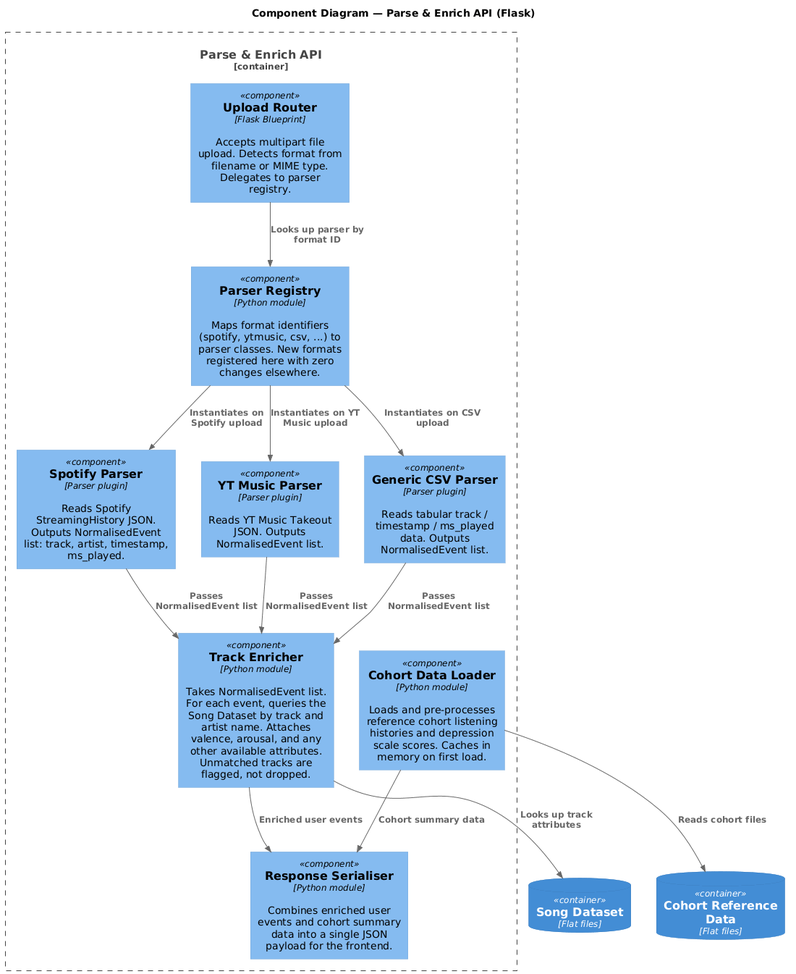
Before: documentation/C4/Component Diagram - Parse and Enrich API.png, a diagram exported from PlantUML (KJsquare9/Listening-History-App).
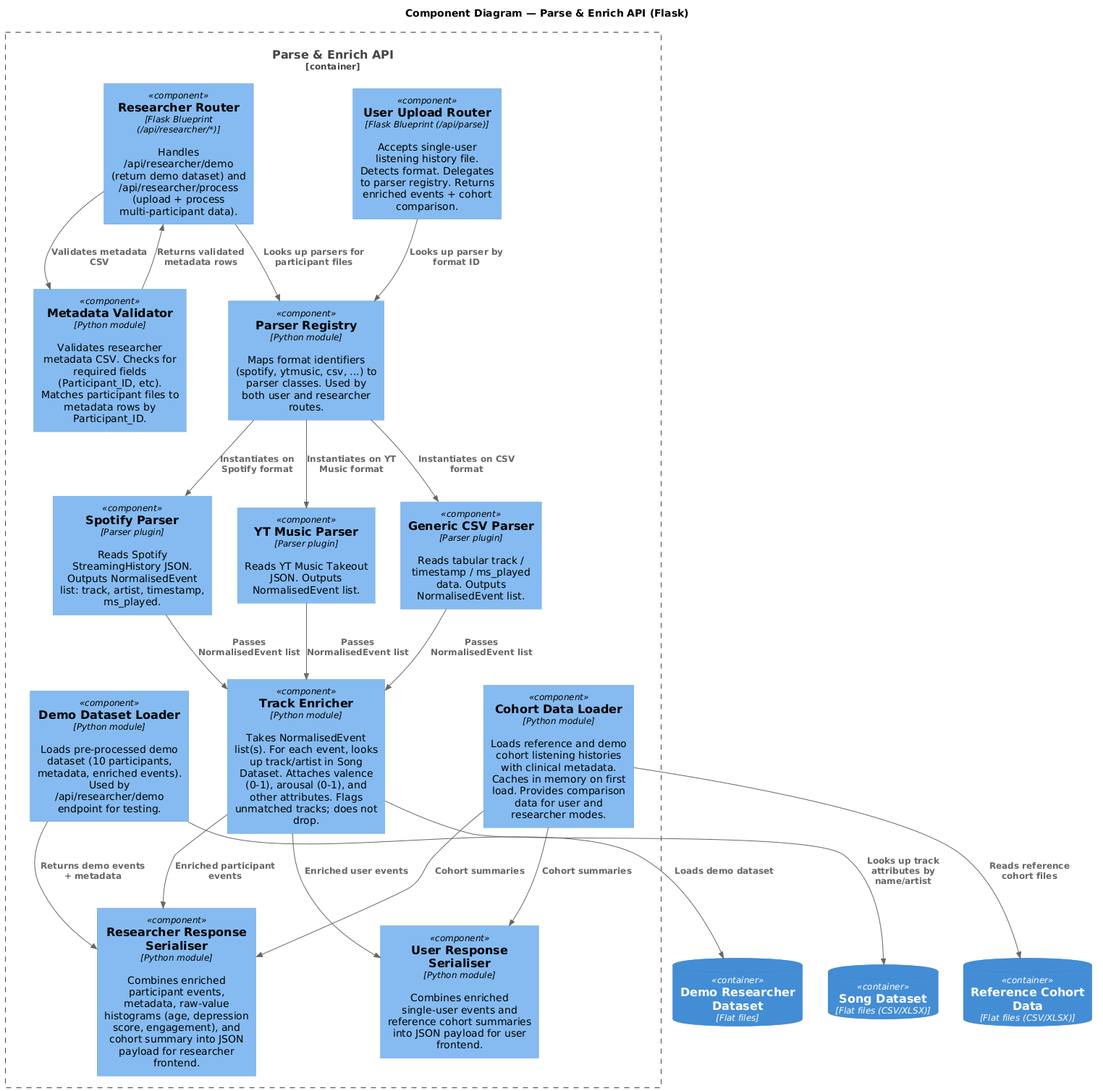
The same diagram one commit later.

The edit, as a diff of the source:
```diff
@@ -5,9 +5,13 @@
 
 Container_Boundary(api, "Parse & Enrich API") {
 
-    Component(router, "Upload Router", "Flask Blueprint", "Accepts multipart file upload. Detects format from filename or MIME type. Delegates to parser registry.")
+    Component(user_router, "User Upload Router", "Flask Blueprint (/api/parse)", "Accepts single-user listening history file. Detects format. Delegates to parser registry. Returns enriched events + cohort comparison.")
 
-    Component(registry, "Parser Registry", "Python module", "Maps format identifiers (spotify, ytmusic, csv, ...) to parser classes. New formats registered here with zero changes elsewhere.")
+    Component(researcher_router, "Researcher Router", "Flask Blueprint (/api/researcher/*)", "Handles /api/researcher/demo (return demo dataset) and /api/researcher/process (upload + process multi-participant data).")
+
+    Component(metadata_validator, "Metadata Validator", "Python module", "Validates researcher metadata CSV. Checks for required fields (Participant_ID, etc). Matches participant files to metadata rows by Participant_ID.")
+
+    Component(registry, "Parser Registry", "Python module", "Maps format identifiers (spotify, ytmusic, csv, ...) to parser classes. Used by both user and researcher routes.")
 
     Component(spotify_parser, "Spotify Parser", "Parser plugin", "Reads Spotify StreamingHistory JSON. Outputs NormalisedEvent list: track, artist, timestamp, ms_played.")
 
@@ -15,25 +19,42 @@
 
     Component(csv_parser, "Generic CSV Parser", "Parser plugin", "Reads tabular track / timestamp / ms_played data. Outputs NormalisedEvent list.")
 
-    Component(enricher, "Track Enricher", "Python module", "Takes NormalisedEvent list. For each event, queries the Song Dataset by track and artist name. Attaches valence, arousal, and any other available attributes. Unmatched tracks are flagged, not dropped.")
+    Component(enricher, "Track Enricher", "Python module", "Takes NormalisedEvent list(s). For each event, looks up track/artist in Song Dataset. Attaches valence (0-1), arousal (0-1), and other attributes. Flags unmatched tracks; does not drop.")
 
-    Component(cohort_loader, "Cohort Data Loader", "Python module", "Loads and pre-processes reference cohort listening histories and depression scale scores. Caches in memory on first load.")
+    Component(cohort_loader, "Cohort Data Loader", "Python module", "Loads reference and demo cohort listening histories with clinical metadata. Caches in memory on first load. Provides comparison data for user and researcher modes.")
 
-    Component(serialiser, "Response Serialiser", "Python module", "Combines enriched user events and cohort summary data into a single JSON payload for the frontend.")
+    Component(demo_loader, "Demo Dataset Loader", "Python module", "Loads pre-processed demo dataset (10 participants, metadata, enriched events). Used by /api/researcher/demo endpoint for testing.")
+
+    Component(user_serialiser, "User Response Serialiser", "Python module", "Combines enriched single-user events and reference cohort summaries into JSON payload for user frontend.")
+
+    Component(researcher_serialiser, "Researcher Response Serialiser", "Python module", "Combines enriched participant events, metadata, raw-value histograms (age, depression score, engagement), and cohort summary into JSON payload for researcher frontend.")
 }
 
-ContainerDb(song_db, "Song Dataset", "Flat files")
-ContainerDb(refdata, "Cohort Reference Data", "Flat files")
+ContainerDb(song_db, "Song Dataset", "Flat files (CSV/XLSX)")
+ContainerDb(refdata, "Reference Cohort Data", "Flat files (CSV/XLSX)")
+ContainerDb(demo_data, "Demo Researcher Dataset", "Flat files")
 
-Rel(router, registry, "Looks up parser by format ID")
-Rel(registry, spotify_parser, "Instantiates on Spotify upload")
-Rel(registry, yt_parser, "Instantiates on YT Music upload")
-Rel(registry, csv_parser, "Instantiates on CSV upload")
+Rel(user_router, registry, "Looks up parser by format ID")
+Rel(researcher_router, metadata_validator, "Validates metadata CSV")
+Rel(researcher_router, registry, "Looks up parsers for participant files")
+Rel(metadata_validator, researcher_router, "Returns validated metadata rows")
+
+Rel(registry, spotify_parser, "Instantiates on Spotify format")
+Rel(registry, yt_parser, "Instantiates on YT Music format")
+Rel(registry, csv_parser, "Instantiates on CSV format")
+
 Rel(spotify_parser, enricher, "Passes NormalisedEvent list")
 Rel(yt_parser, enricher, "Passes NormalisedEvent list")
 Rel(csv_parser, enricher, "Passes NormalisedEvent list")
-Rel(enricher, song_db, "Looks up track attributes")
-Rel(cohort_loader, refdata, "Reads cohort files")
-Rel(enricher, serialiser, "Enriched user events")
-Rel(cohort_loader, serialiser, "Cohort summary data")
+
+Rel(enricher, song_db, "Looks up track attributes by name/artist")
+Rel(enricher, user_serialiser, "Enriched user events")
+Rel(enricher, researcher_serialiser, "Enriched participant events")
+
+Rel(cohort_loader, refdata, "Reads reference cohort files")
+Rel(cohort_loader, user_serialiser, "Cohort summaries")
+Rel(cohort_loader, researcher_serialiser, "Cohort summaries")
+
+Rel(demo_loader, demo_data, "Loads demo dataset")
+Rel(demo_loader, researcher_serialiser, "Returns demo events + metadata")
 @enduml
```
